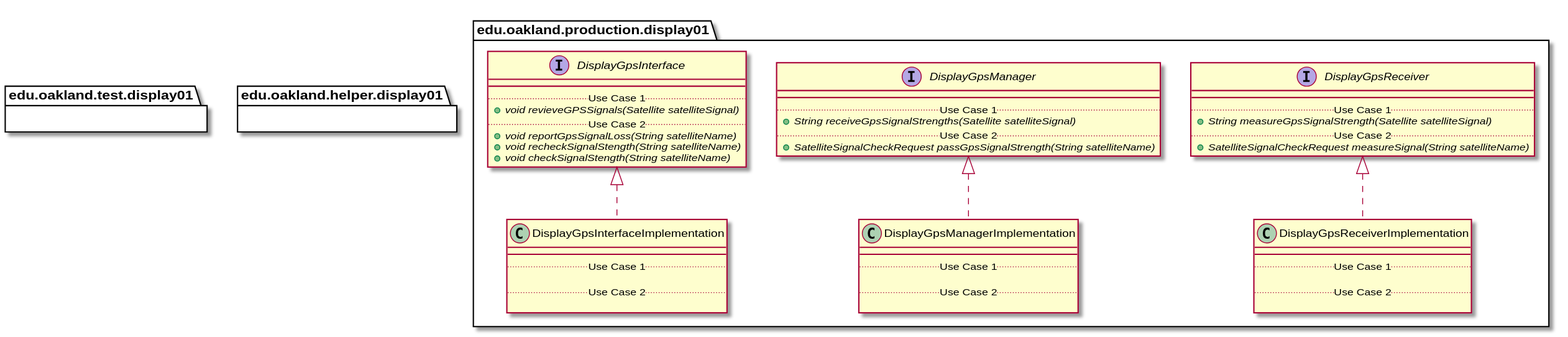
Above: docs/uml-class-diagrams/display01/Display01Packages_InternalDependencies.svg in andrewdimmer/csi-3370-software-project (PlantUML), before the change. The source it was exported from:
```plantuml
@startuml Display01Packages_InternalDependencies


package edu.oakland.production.display01 {

}


package edu.oakland.production.display01 {
    interface DisplayGpsInterface {
        __
        .. Use Case 1 ..
        {abstract} + void revieveGPSSignals(Satellite satelliteSignal)
        .. Use Case 2 ..
        {abstract} + void reportGpsSignalLoss(String satelliteName)
        {abstract} + void recheckSignalStength(String satelliteName)
        {abstract} + void checkSignalStength(String satelliteName)
    }
}


package edu.oakland.production.display01 {
    interface DisplayGpsManager {
        __
        .. Use Case 1 ..
        {abstract} + String receiveGpsSignalStrengths(Satellite satelliteSignal)
        .. Use Case 2 ..
        {abstract} + SatelliteSignalCheckRequest passGpsSignalStrength(String satelliteName)
    }
}


package edu.oakland.production.display01 {
    interface DisplayGpsReceiver {
        __
        .. Use Case 1 ..
        {abstract} + String measureGpsSignalStrength(Satellite satelliteSignal)
        .. Use Case 2 ..
        {abstract} + SatelliteSignalCheckRequest measureSignal(String satelliteName)
    }
}


package edu.oakland.production.display01 {
    class DisplayGpsInterfaceImplementation {
        __
        .. Use Case 1 ..

        .. Use Case 2 ..

    }
}


DisplayGpsInterfaceImplementation .up.|> DisplayGpsInterface

package edu.oakland.production.display01 {
    class DisplayGpsManagerImplementation {
        __
        .. Use Case 1 ..

        .. Use Case 2 ..

    }
}


DisplayGpsManagerImplementation .up.|> DisplayGpsManager

package edu.oakland.production.display01 {
    class DisplayGpsReceiverImplementation {
        __
        .. Use Case 1 ..

        .. Use Case 2 ..

    }
}


DisplayGpsReceiverImplementation .up.|> DisplayGpsReceiver








package edu.oakland.test.display01 {

}


package edu.oakland.helper.display01 {

}


@enduml
```
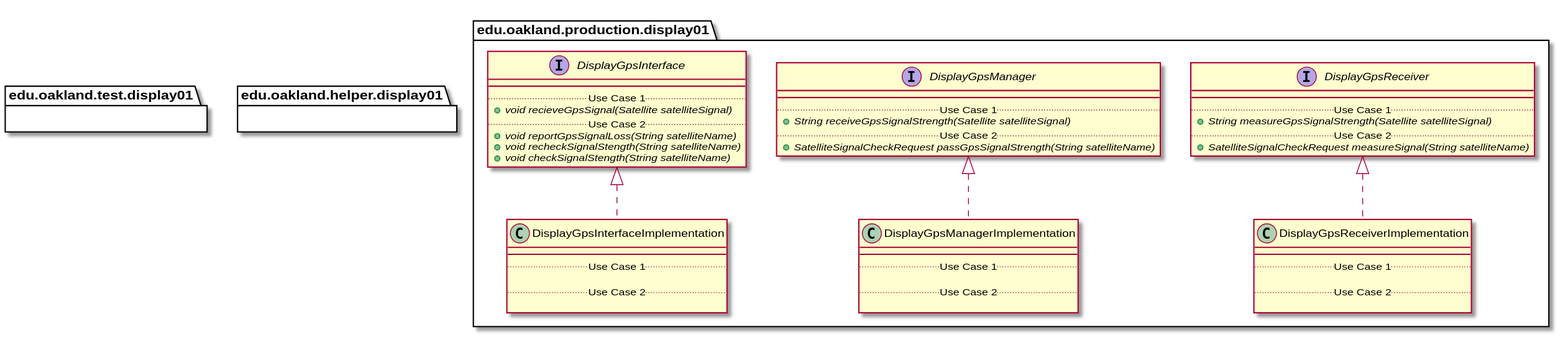
The same file after the commit.

Diff of the diagram source:
```diff
@@ -10,7 +10,7 @@
     interface DisplayGpsInterface {
         __
         .. Use Case 1 ..
-        {abstract} + void revieveGPSSignals(Satellite satelliteSignal)
+        {abstract} + void recieveGpsSignal(Satellite satelliteSignal)
         .. Use Case 2 ..
         {abstract} + void reportGpsSignalLoss(String satelliteName)
         {abstract} + void recheckSignalStength(String satelliteName)
@@ -23,7 +23,7 @@
     interface DisplayGpsManager {
         __
         .. Use Case 1 ..
-        {abstract} + String receiveGpsSignalStrengths(Satellite satelliteSignal)
+        {abstract} + String receiveGpsSignalStrength(Satellite satelliteSignal)
         .. Use Case 2 ..
         {abstract} + SatelliteSignalCheckRequest passGpsSignalStrength(String satelliteName)
     }
```
